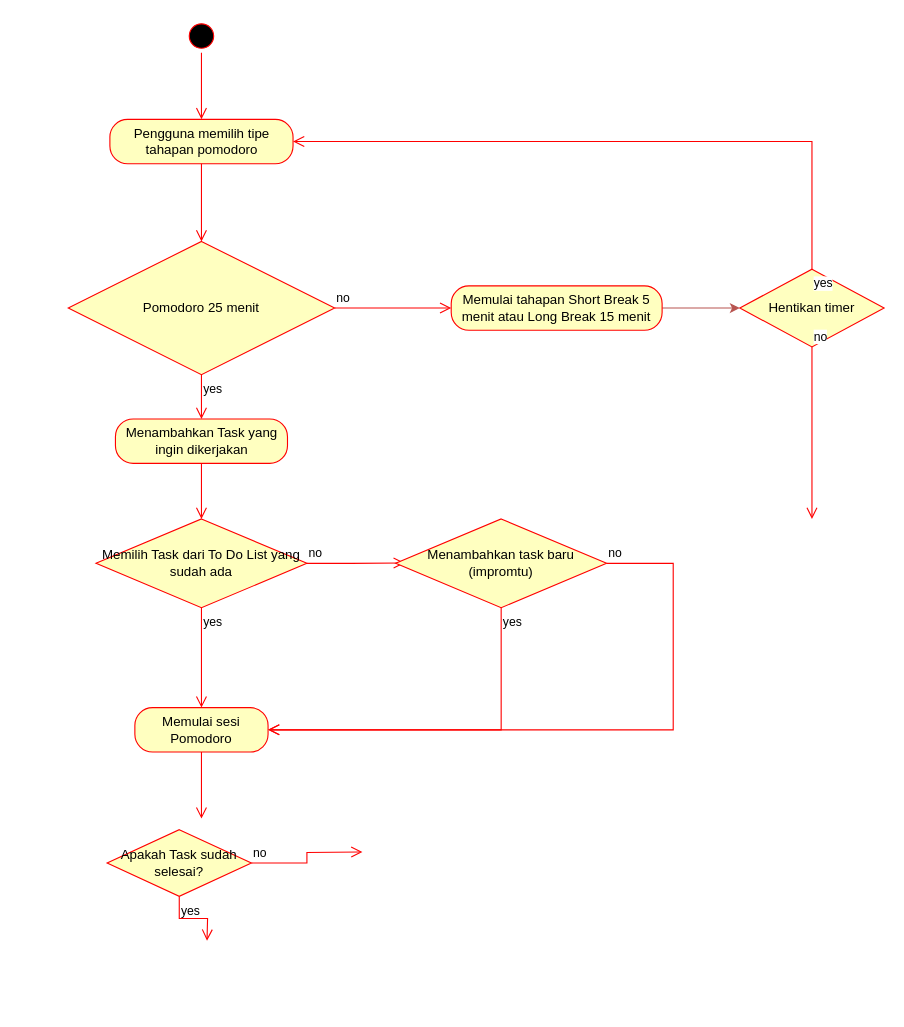
Before: page "Use pomodoro timer activity" (5 of 8) of Molitio.drawio in jearsevan101/Molitio, a draw.io diagram. Source tidied: cells renumbered, new cells numbered last; positions are measured from the earlier drawing's top-left corner, leaving out a move shared by most shapes. Both pictures are drawn from the tidied source at 111%, with x=0, y=0 at pixel (68, 19).
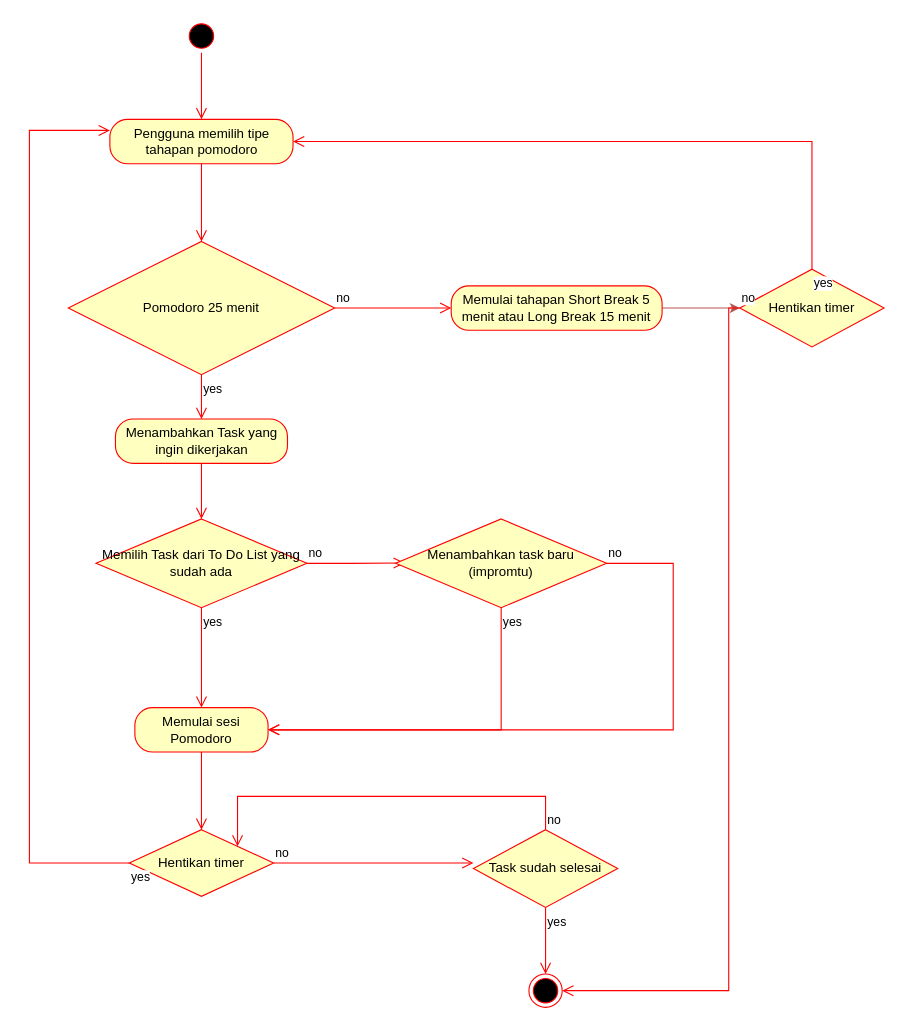
The same diagram, later.

Commit message (it also covers changes not shown here):
Update Pomodoro Activity

Unchanged cells that the change refers to:
```xml
<mxCell id="4" value="Pengguna memilih tipe tahapan pomodoro" style="rounded=1;whiteSpace=wrap;html=1;arcSize=40;fontColor=#000000;fillColor=#ffffc0;strokeColor=#ff0000;" parent="1" vertex="1">
  <mxGeometry x="37.5" y="90" width="165" height="40" as="geometry" />
</mxCell>
<mxCell id="17" value="Memulai sesi Pomodoro" style="rounded=1;whiteSpace=wrap;html=1;arcSize=40;fontColor=#000000;fillColor=#ffffc0;strokeColor=#ff0000;" parent="1" vertex="1">
  <mxGeometry x="60" y="620" width="120" height="40" as="geometry" />
</mxCell>
<mxCell id="24" value="Hentikan timer" style="rhombus;whiteSpace=wrap;html=1;fontColor=#000000;fillColor=#ffffc0;strokeColor=#ff0000;" parent="1" vertex="1">
  <mxGeometry x="605" y="225" width="130" height="70" as="geometry" />
</mxCell>
```

Diff of the diagram source:
```diff
@@
-    <mxCell id="18" style="edgeStyle=orthogonalEdgeStyle;html=1;verticalAlign=bottom;endArrow=open;endSize=8;strokeColor=#ff0000;rounded=0;" parent="1" edge="1" source="17">
-      <mxGeometry relative="1" as="geometry">
-        <mxPoint x="120" y="720" as="targetPoint" />
-      </mxGeometry>
+    <mxCell id="18" style="edgeStyle=orthogonalEdgeStyle;html=1;verticalAlign=bottom;endArrow=open;endSize=8;strokeColor=#ff0000;rounded=0;" parent="1" edge="1" source="17" target="19">
+      <mxGeometry relative="1" as="geometry" />
     </mxCell>
-    <mxCell id="19" value="Apakah Task sudah selesai?" style="rhombus;whiteSpace=wrap;html=1;fontColor=#000000;fillColor=#ffffc0;strokeColor=#ff0000;" parent="1" vertex="1">
-      <mxGeometry x="35" y="730" width="130" height="60" as="geometry" />
+    <mxCell id="19" value="Hentikan timer" style="rhombus;whiteSpace=wrap;html=1;fontColor=#000000;fillColor=#ffffc0;strokeColor=#ff0000;" parent="1" vertex="1">
+      <mxGeometry x="55" y="730" width="130" height="60" as="geometry" />
     </mxCell>
     <mxCell id="20" value="no" style="edgeStyle=orthogonalEdgeStyle;html=1;align=left;verticalAlign=bottom;endArrow=open;endSize=8;strokeColor=#ff0000;rounded=0;" parent="1" edge="1" source="19">
       <mxGeometry x="-1" relative="1" as="geometry">
-        <mxPoint x="265" y="750" as="targetPoint" />
+        <mxPoint x="365" y="760" as="targetPoint" />
       </mxGeometry>
     </mxCell>
-    <mxCell id="21" value="yes" style="edgeStyle=orthogonalEdgeStyle;html=1;align=left;verticalAlign=top;endArrow=open;endSize=8;strokeColor=#ff0000;rounded=0;" parent="1" edge="1" source="19">
+    <mxCell id="21" value="yes" style="edgeStyle=orthogonalEdgeStyle;html=1;align=left;verticalAlign=top;endArrow=open;endSize=8;strokeColor=#ff0000;rounded=0;entryX=0;entryY=0.25;entryDx=0;entryDy=0;" parent="1" edge="1" source="19" target="4">
       <mxGeometry x="-1" relative="1" as="geometry">
-        <mxPoint x="125" y="830" as="targetPoint" />
+        <Array as="points">
+          <mxPoint x="-35" y="760" />
+          <mxPoint x="-35" y="100" />
+        </Array>
       </mxGeometry>
     </mxCell>
@@
-    <mxCell id="25" value="no" style="edgeStyle=orthogonalEdgeStyle;html=1;align=left;verticalAlign=bottom;endArrow=open;endSize=8;strokeColor=#ff0000;rounded=0;" parent="1" edge="1" source="24">
+    <mxCell id="25" value="no" style="edgeStyle=orthogonalEdgeStyle;html=1;align=left;verticalAlign=bottom;endArrow=open;endSize=8;strokeColor=#ff0000;rounded=0;entryX=1;entryY=0.5;entryDx=0;entryDy=0;" parent="1" edge="1" source="24" target="30">
       <mxGeometry x="-1" relative="1" as="geometry">
-        <mxPoint x="670" y="450" as="targetPoint" />
+        <Array as="points">
+          <mxPoint x="595" y="260" />
+          <mxPoint x="595" y="875" />
+        </Array>
       </mxGeometry>
     </mxCell>
@@
+    <mxCell id="27" value="Task sudah selesai" style="rhombus;whiteSpace=wrap;html=1;fontColor=#000000;fillColor=#ffffc0;strokeColor=#ff0000;" parent="1" vertex="1">
+      <mxGeometry x="365" y="730" width="130" height="70" as="geometry" />
+    </mxCell>
+    <mxCell id="28" value="no" style="edgeStyle=orthogonalEdgeStyle;html=1;align=left;verticalAlign=bottom;endArrow=open;endSize=8;strokeColor=#ff0000;rounded=0;entryX=1;entryY=0;entryDx=0;entryDy=0;" parent="1" edge="1" source="27" target="19">
+      <mxGeometry x="-1" relative="1" as="geometry">
+        <Array as="points">
+          <mxPoint x="430" y="700" />
+          <mxPoint x="153" y="700" />
+        </Array>
+      </mxGeometry>
+    </mxCell>
+    <mxCell id="29" value="yes" style="edgeStyle=orthogonalEdgeStyle;html=1;align=left;verticalAlign=top;endArrow=open;endSize=8;strokeColor=#ff0000;rounded=0;" parent="1" edge="1" source="27" target="30">
+      <mxGeometry x="-1" relative="1" as="geometry" />
+    </mxCell>
+    <mxCell id="30" style="ellipse;html=1;shape=endState;fillColor=#000000;strokeColor=#ff0000;" parent="1" vertex="1">
+      <mxGeometry x="415" y="860" width="30" height="30" as="geometry" />
+    </mxCell>
```
